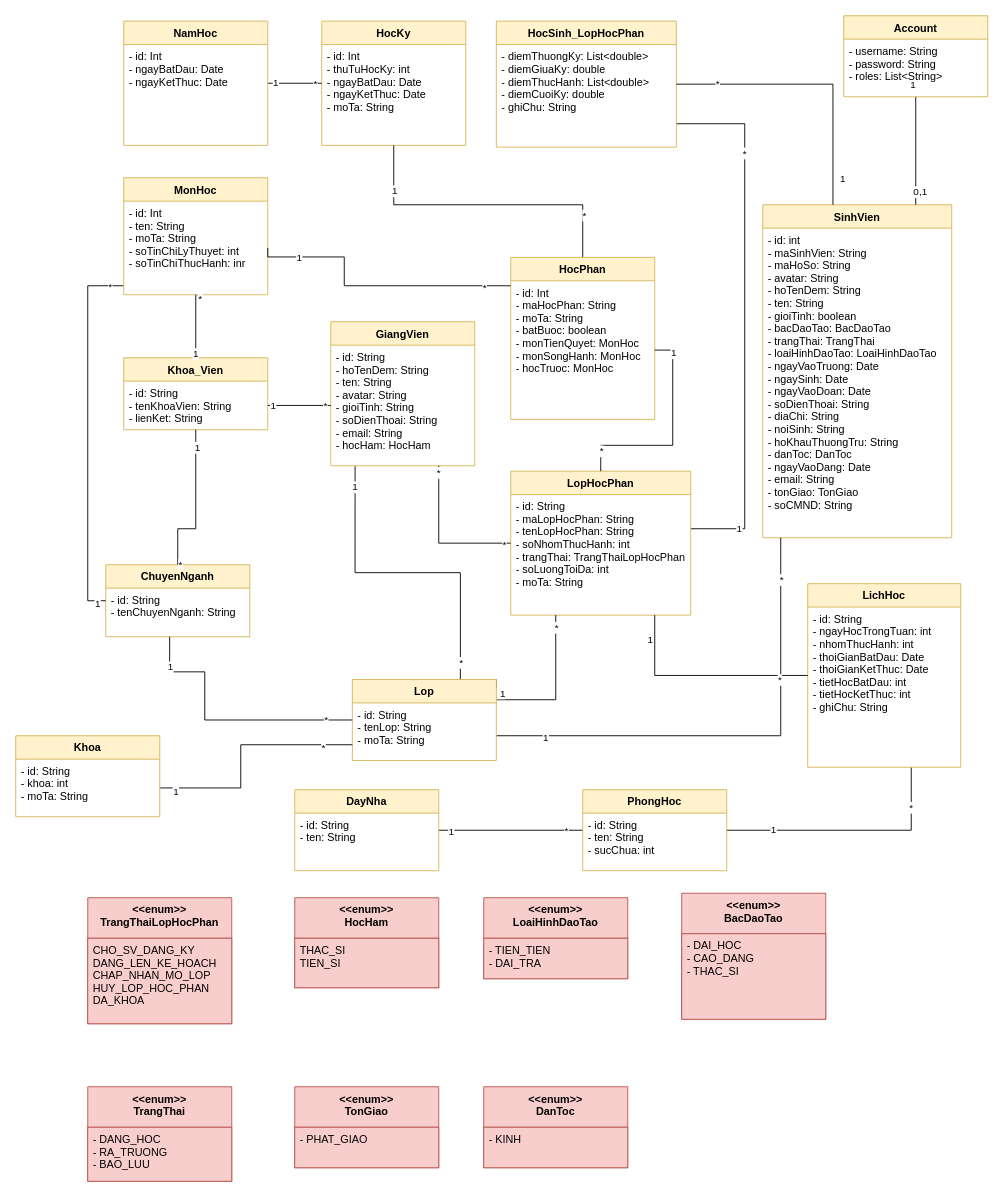
Above: CMN_Class.drawio in duchoan6814/Truong-Duc-Hoan (draw.io), before the change. Source tidied: cells renumbered, new cells numbered last; positions are measured from the earlier drawing's top-left corner, leaving out a move shared by most shapes. Both pictures are drawn from the tidied source at 90%, with x=0, y=0 at pixel (15, 15).
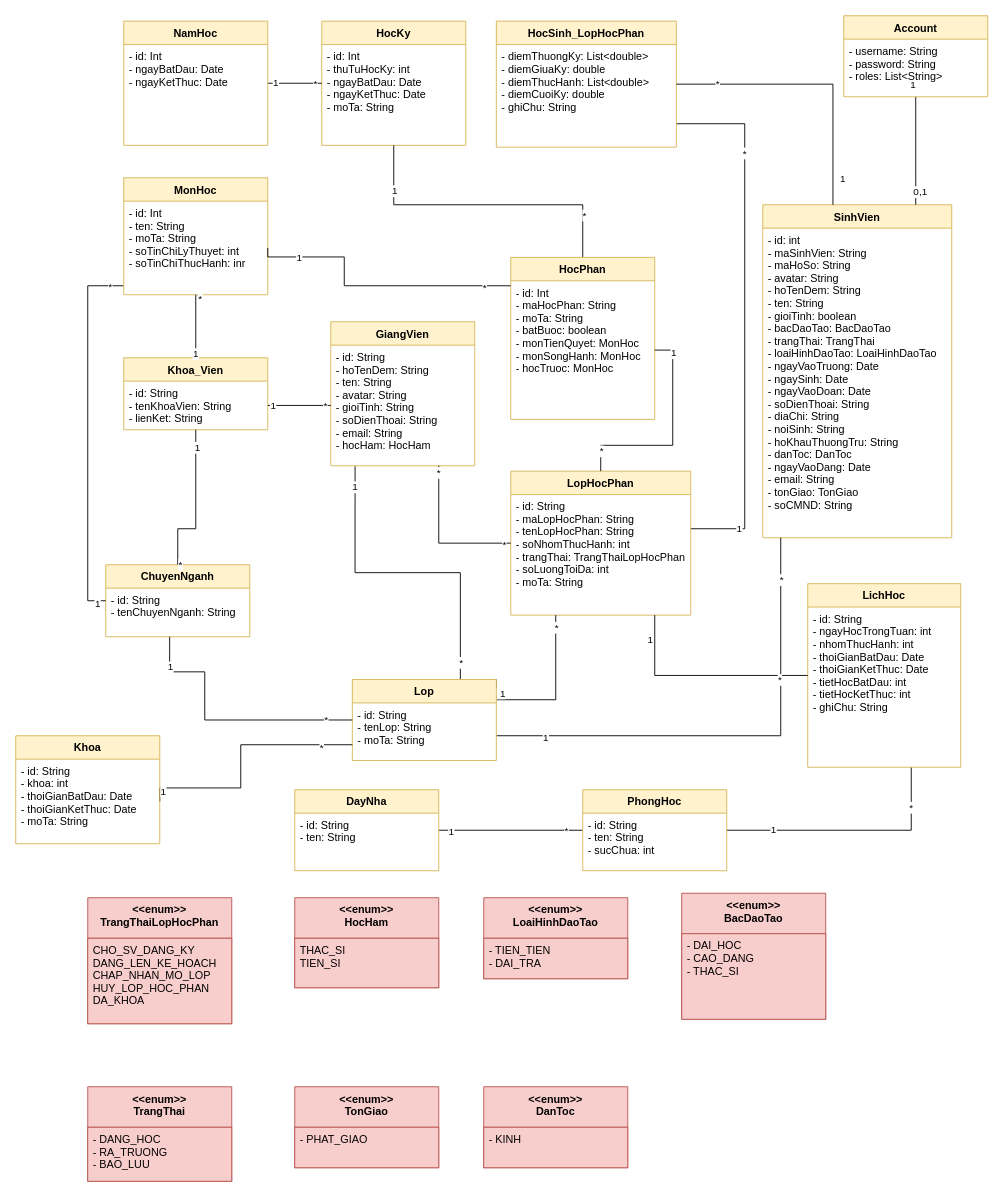
After the change.

What changed in the source:
```diff
@@
     <mxCell id="106" value="Khoa" style="swimlane;fontStyle=1;align=center;verticalAlign=top;horizontal=1;startSize=26;fillColor=#fff2cc;strokeColor=#d6b656;" parent="1" vertex="1">
-      <mxGeometry y="800" width="160" height="90" as="geometry" />
+      <mxGeometry y="800" width="160" height="120" as="geometry" />
     </mxCell>
-    <mxCell id="107" value="- id: String&#10;- khoa: int&#10;- moTa: String" style="text;strokeColor=none;fillColor=none;align=left;verticalAlign=top;spacingLeft=4;spacingRight=4;overflow=hidden;points=[[0,0.5],[1,0.5]];portConstraint=eastwest;" parent="106" vertex="1">
-      <mxGeometry y="26" width="160" height="64" as="geometry" />
+    <mxCell id="107" value="- id: String&#10;- khoa: int&#10;- thoiGianBatDau: Date&#10;- thoiGianKetThuc: Date&#10;- moTa: String" style="text;strokeColor=none;fillColor=none;align=left;verticalAlign=top;spacingLeft=4;spacingRight=4;overflow=hidden;points=[[0,0.5],[1,0.5]];portConstraint=eastwest;" parent="106" vertex="1">
+      <mxGeometry y="26" width="160" height="94" as="geometry" />
     </mxCell>
```
